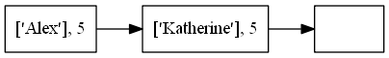
olgt/EDD_1S2019_P1_201612341 keeps this Graphviz diagram as ScoreboardReport.png. Above is the earlier version. Its source is kept beside it as ScoreboardReport.dot.
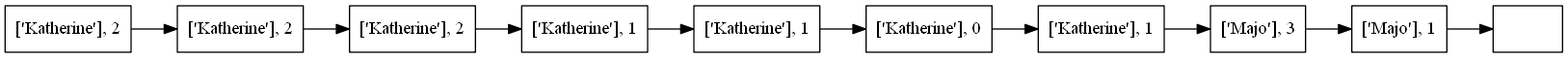
After the commit.

What changed in the source:
```diff
@@ -1,9 +1,23 @@
 digraph firstGraph{
 node [shape = record];
 rankdir=LR;
-node0 [label=" ['Alex'], 5 "];
+node0 [label=" ['Katherine'], 2 "];
 node0 -> node1;
-node1 [label=" ['Katherine'], 5 "];
+node1 [label=" ['Katherine'], 2 "];
 node1 -> node2;
-node2 [label="   "];
+node2 [label=" ['Katherine'], 2 "];
+node2 -> node3;
+node3 [label=" ['Katherine'], 1 "];
+node3 -> node4;
+node4 [label=" ['Katherine'], 1 "];
+node4 -> node5;
+node5 [label=" ['Katherine'], 0 "];
+node5 -> node6;
+node6 [label=" ['Katherine'], 1 "];
+node6 -> node7;
+node7 [label=" ['Majo'], 3 "];
+node7 -> node8;
+node8 [label=" ['Majo'], 1 "];
+node8 -> node9;
+node9 [label="   "];
 }
```
